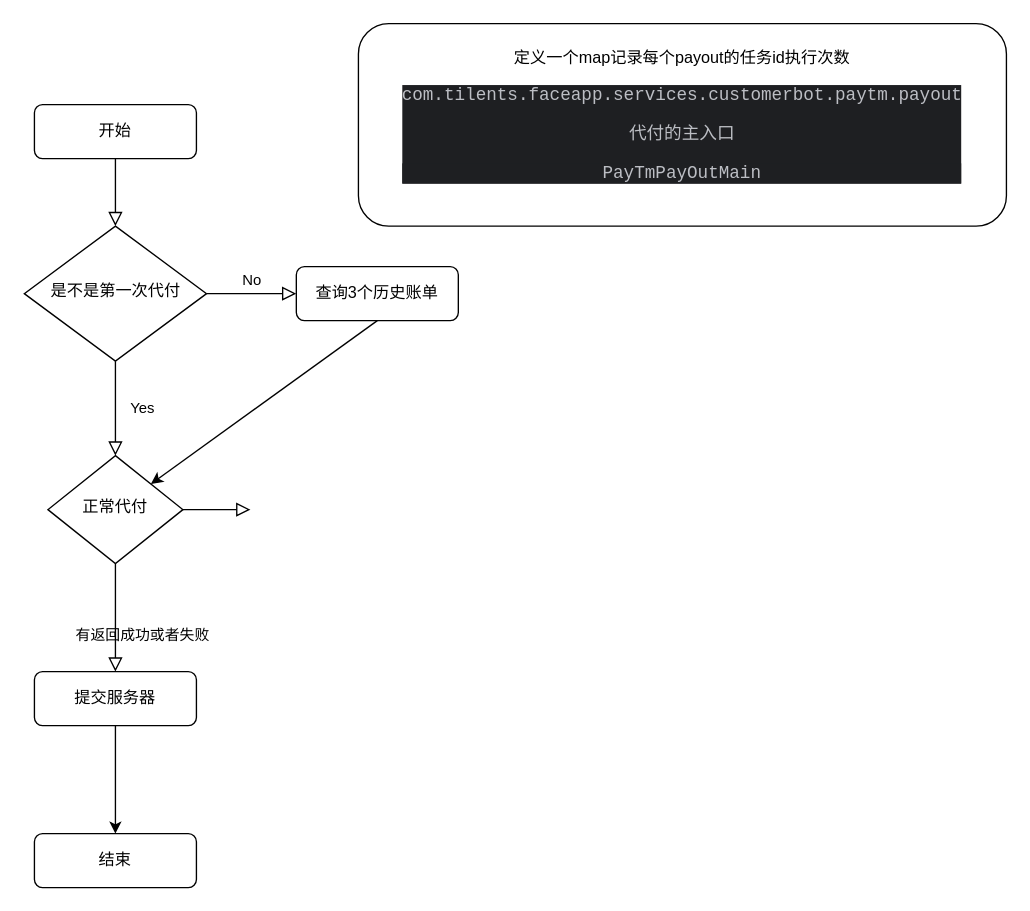
Above: Doc/IfeyDoc/Payout/PaytmPayou.drawio in HappinessGlobal/kakadoc (draw.io), before the change. Source tidied: cells renumbered, new cells numbered last; positions are measured from the earlier drawing's top-left corner, leaving out a move shared by most shapes. Both pictures are drawn from the tidied source at 135%, with x=0, y=0 at pixel (23, 23).
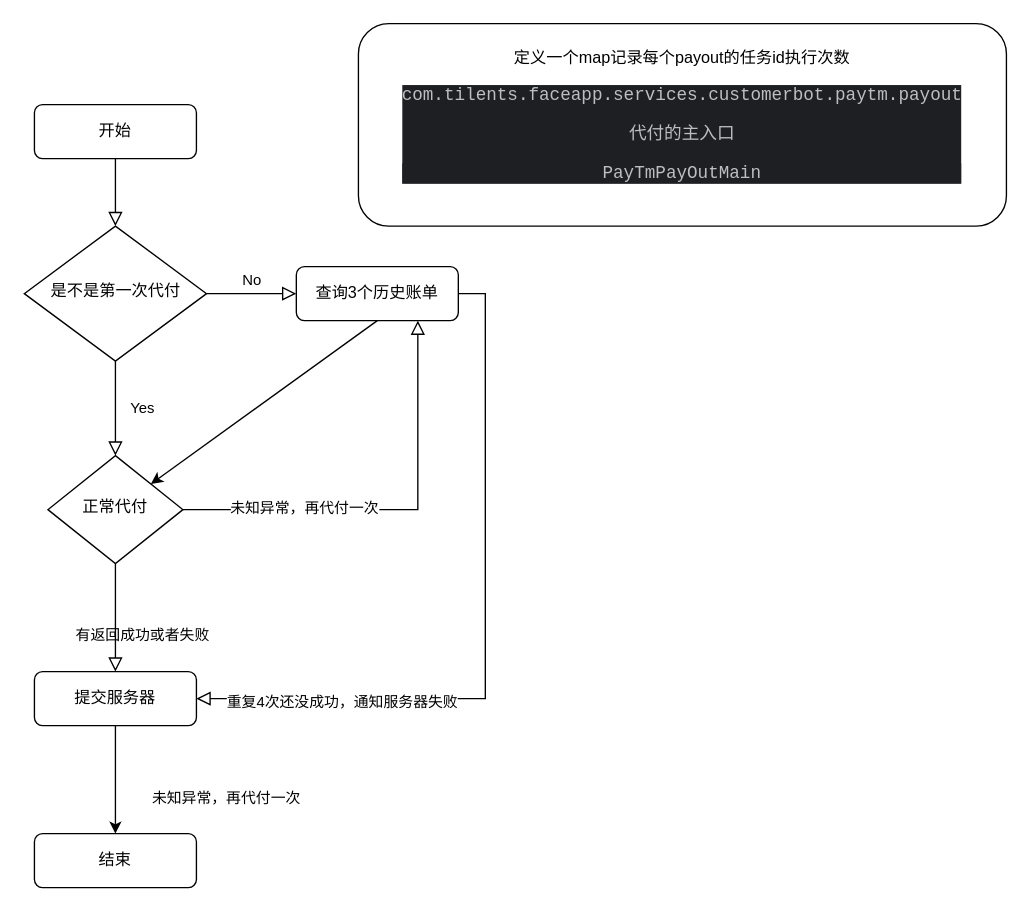
After the change.

The change refers to these unchanged cells:
```xml
<mxCell id="7" value="查询3个历史账单" style="rounded=1;whiteSpace=wrap;html=1;fontSize=12;glass=0;strokeWidth=1;shadow=0;" parent="1" vertex="1">
  <mxGeometry x="202" y="180" width="120" height="40" as="geometry" />
</mxCell>
<mxCell id="10" value="正常代付" style="rhombus;whiteSpace=wrap;html=1;shadow=0;fontFamily=Helvetica;fontSize=12;align=center;strokeWidth=1;spacing=6;spacingTop=-4;" parent="1" vertex="1">
  <mxGeometry x="18" y="320" width="100" height="80" as="geometry" />
</mxCell>
<mxCell id="12" value="提交服务器" style="rounded=1;whiteSpace=wrap;html=1;fontSize=12;glass=0;strokeWidth=1;shadow=0;" parent="1" vertex="1">
  <mxGeometry x="8" y="480" width="120" height="40" as="geometry" />
</mxCell>
```

Change to the diagram source:
```diff
@@
-    <mxCell id="9" style="edgeStyle=orthogonalEdgeStyle;rounded=0;html=1;jettySize=auto;fontSize=11;endArrow=block;endFill=0;endSize=8;strokeWidth=1;shadow=0;labelBackgroundColor=none;" parent="1" edge="1" source="10">
-      <mxGeometry y="10" relative="1" as="geometry">
-        <mxPoint x="168" y="360" as="targetPoint" />
-      </mxGeometry>
+    <mxCell id="9" style="edgeStyle=orthogonalEdgeStyle;rounded=0;html=1;jettySize=auto;fontSize=11;endArrow=block;endFill=0;endSize=8;strokeWidth=1;shadow=0;labelBackgroundColor=none;entryX=0.75;entryY=1;entryDx=0;entryDy=0;" parent="1" edge="1" source="10" target="7">
+      <mxGeometry y="10" relative="1" as="geometry" />
     </mxCell>
+    <mxCell id="16" value="未知异常，再代付一次" style="edgeLabel;html=1;align=center;verticalAlign=middle;" parent="9" vertex="1">
+      <mxGeometry x="-0.43" y="2" relative="1" as="geometry" />
+    </mxCell>
@@
+    <mxCell id="17" style="edgeStyle=orthogonalEdgeStyle;rounded=0;html=1;jettySize=auto;fontSize=11;endArrow=block;endFill=0;endSize=8;strokeWidth=1;shadow=0;labelBackgroundColor=none;entryX=1;entryY=0.5;entryDx=0;entryDy=0;exitX=1;exitY=0.5;exitDx=0;exitDy=0;" parent="1" edge="1" source="7" target="12">
+      <mxGeometry y="10" relative="1" as="geometry" />
+    </mxCell>
+    <mxCell id="18" value="未知异常，再代付一次" style="edgeLabel;html=1;align=center;verticalAlign=middle;" parent="17" vertex="1">
+      <mxGeometry x="0.64" y="-1" relative="1" as="geometry">
+        <mxPoint x="-75" y="74" as="offset" />
+      </mxGeometry>
+    </mxCell>
+    <mxCell id="19" value="重复4次还没成功，通知服务器失败" style="edgeLabel;html=1;align=center;verticalAlign=middle;" parent="17" vertex="1">
+      <mxGeometry x="0.6" y="2" relative="1" as="geometry" />
+    </mxCell>
```
